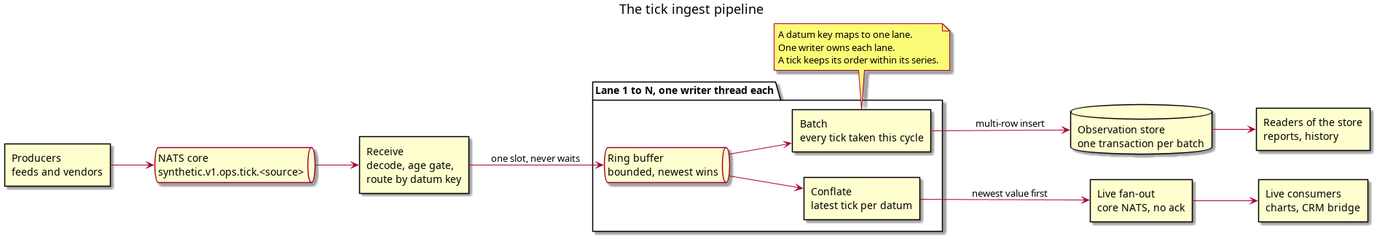
Above: doc/knowledge/architecture/tick_ingest_pipeline.png in OreStudio/OreStudio (PlantUML), before the change. Its source is kept beside it as doc/knowledge/architecture/tick_ingest_pipeline.puml.
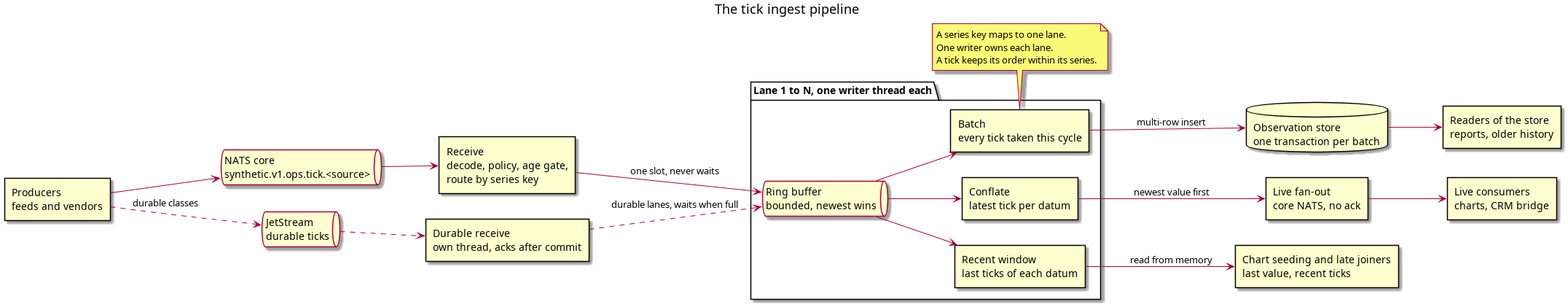
After the commit.

Commit message:
[doc] Add the recent window, the asset class contract and the design review to the tick pipeline

Diff of the diagram source:
```diff
@@ -7,31 +7,40 @@
 
 rectangle "Producers\nfeeds and vendors" as prod
 queue "NATS core\nsynthetic.v1.ops.tick.<source>" as nats
-rectangle "Receive\ndecode, age gate,\nroute by datum key" as recv
+rectangle "Receive\ndecode, policy, age gate,\nroute by series key" as recv
+queue "JetStream\ndurable ticks" as js
+rectangle "Durable receive\nown thread, acks after commit" as drecv
 
 package "Lane 1 to N, one writer thread each" {
     queue "Ring buffer\nbounded, newest wins" as ring
     rectangle "Conflate\nlatest tick per datum" as conf
+    rectangle "Recent window\nlast ticks of each datum" as window
     rectangle "Batch\nevery tick taken this cycle" as batch
 }
 
 rectangle "Live fan-out\ncore NATS, no ack" as live
 database "Observation store\none transaction per batch" as db
 rectangle "Live consumers\ncharts, CRM bridge" as cons
-rectangle "Readers of the store\nreports, history" as readers
+rectangle "Readers of the store\nreports, older history" as readers
+rectangle "Chart seeding and late joiners\nlast value, recent ticks" as seed
 
 prod --> nats
+prod ..> js : durable classes
+js ..> drecv
+drecv ..> ring : durable lanes, waits when full
 nats --> recv
 recv --> ring : one slot, never waits
 ring --> conf
+ring --> window
 ring --> batch
 conf --> live : newest value first
 live --> cons
 batch --> db : multi-row insert
 db --> readers
+window --> seed : read from memory
 
 note bottom of batch
-    A datum key maps to one lane.
+    A series key maps to one lane.
     One writer owns each lane.
     A tick keeps its order within its series.
 end note
```
